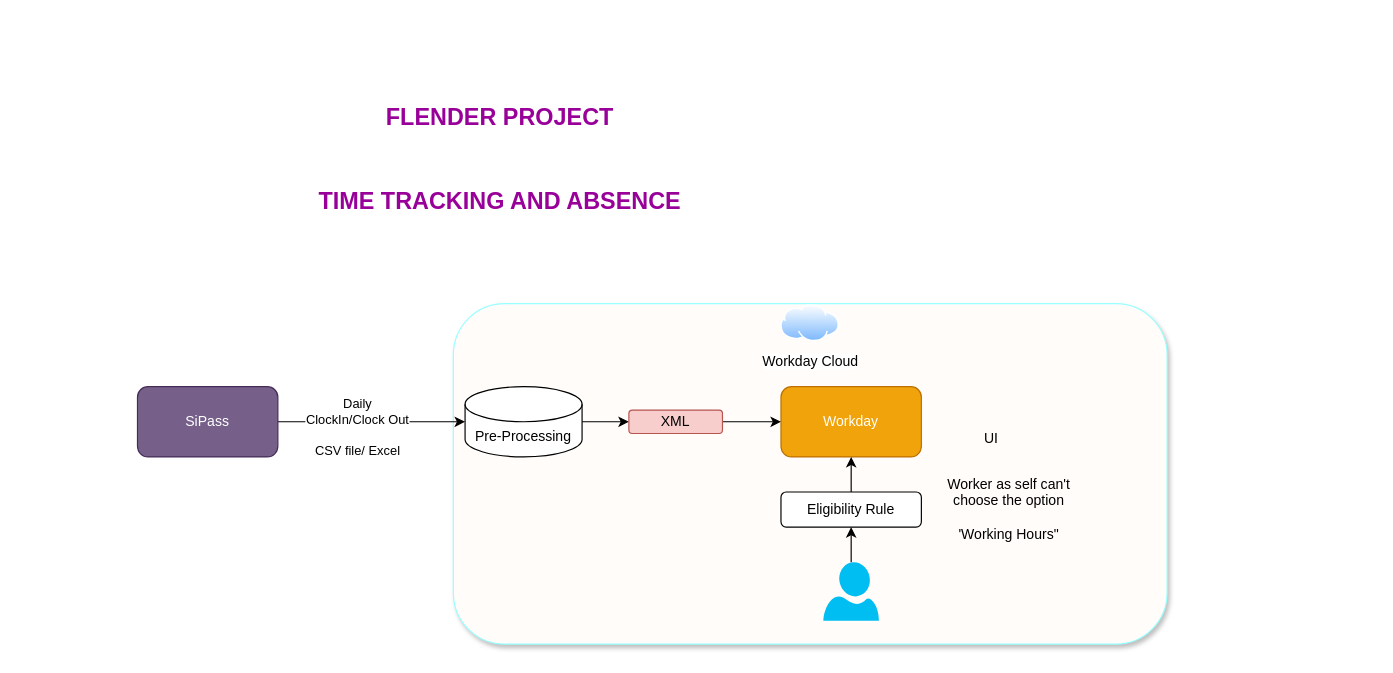
The draw.io diagram FLENDER.drawio in sandyaroma/sandyaroma, before the edit. Source tidied: cells renumbered, new cells numbered last; positions are measured from the earlier drawing's top-left corner, leaving out a move shared by most shapes. Both pictures are drawn from the tidied source at 117%, with x=0, y=0 at pixel (137, 140).
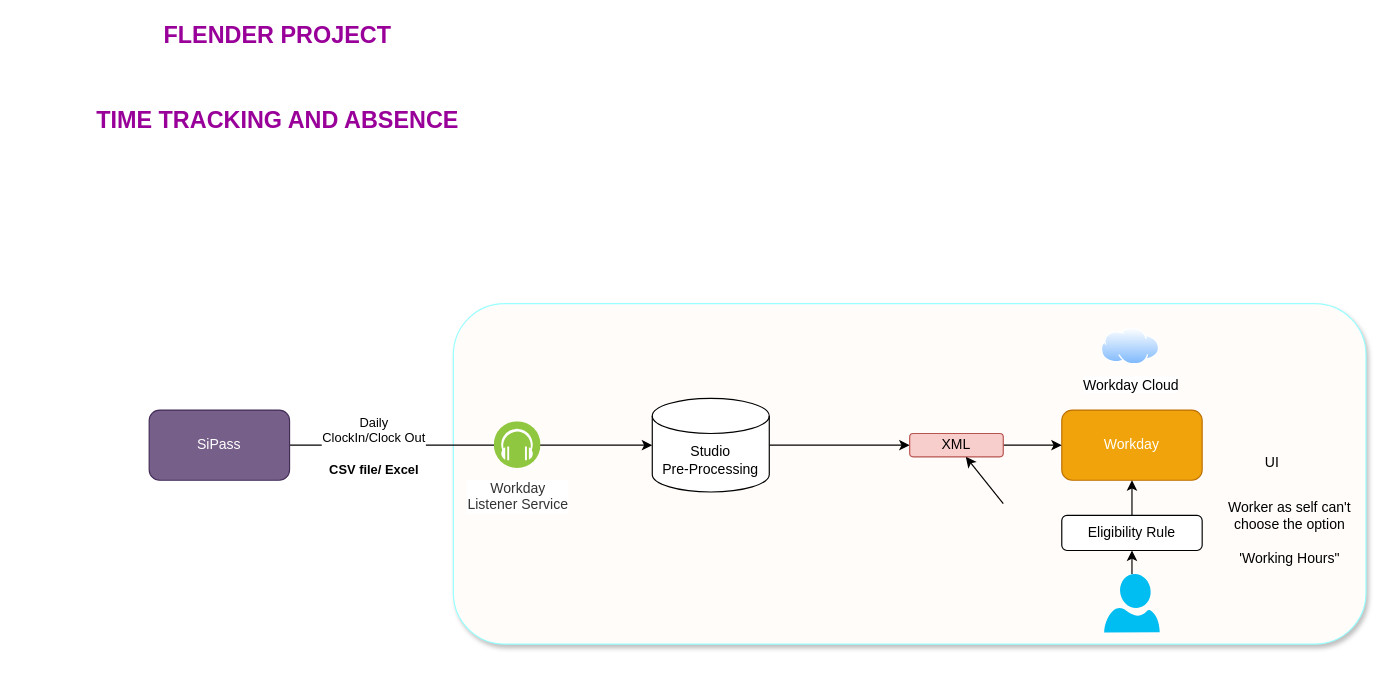
Above is the later version.

Unchanged cells that the change refers to:
```xml
<mxCell id="3" style="edgeStyle=orthogonalEdgeStyle;rounded=0;jettySize=auto;html=1;" parent="1" edge="1" source="5" target="8">
  <mxGeometry relative="1" as="geometry" />
</mxCell>
```

Diff of the diagram source:
```diff
@@
     <mxCell id="2" style="rounded=1;whiteSpace=wrap;html=1;strokeColor=#99FFFF;shadow=1;fillColor=#FFFCFA;" parent="1" vertex="1">
-      <mxGeometry x="270" y="139" width="610" height="291" as="geometry" />
+      <mxGeometry x="270" y="139" width="780" height="291" as="geometry" />
     </mxCell>
@@
-    <mxCell id="4" value="Daily&lt;div&gt;ClockIn/Clock Out&lt;/div&gt;&lt;div&gt;&lt;br&gt;&lt;/div&gt;&lt;div&gt;CSV file/ Excel&lt;/div&gt;" style="edgeLabel;html=1;align=center;verticalAlign=middle;" parent="3" vertex="1">
-      <mxGeometry x="-0.16" y="-4" relative="1" as="geometry" />
+    <mxCell id="4" value="Daily&lt;div&gt;ClockIn/Clock Out&lt;/div&gt;&lt;div&gt;&lt;br&gt;&lt;/div&gt;&lt;div&gt;&lt;b&gt;CSV file/ Excel&lt;/b&gt;&lt;/div&gt;" style="edgeLabel;html=1;align=center;verticalAlign=middle;" parent="3" vertex="1">
+      <mxGeometry x="-0.16" y="-4" relative="1" as="geometry">
+        <mxPoint x="-59" y="-4" as="offset" />
+      </mxGeometry>
     </mxCell>
     <mxCell id="5" value="SiPass" style="rounded=1;whiteSpace=wrap;html=1;fillColor=#76608a;fontColor=#ffffff;strokeColor=#432D57;" parent="1" vertex="1">
-      <mxGeometry y="210" width="120" height="60" as="geometry" />
+      <mxGeometry x="10" y="230" width="120" height="60" as="geometry" />
     </mxCell>
     <mxCell id="6" value="&lt;font color=&quot;#ffffff&quot;&gt;Workday&lt;/font&gt;" style="rounded=1;whiteSpace=wrap;html=1;fillColor=#f0a30a;strokeColor=#BD7000;fontColor=#000000;" parent="1" vertex="1">
-      <mxGeometry x="550" y="210" width="120" height="60" as="geometry" />
+      <mxGeometry x="790" y="230" width="120" height="60" as="geometry" />
     </mxCell>
     <mxCell id="7" style="edgeStyle=orthogonalEdgeStyle;rounded=0;jettySize=auto;html=1;" parent="1" edge="1" source="8" target="10">
-      <mxGeometry relative="1" as="geometry" />
+      <mxGeometry relative="1" as="geometry">
+        <Array as="points">
+          <mxPoint x="540" y="250" />
+          <mxPoint x="540" y="250" />
+        </Array>
+      </mxGeometry>
     </mxCell>
-    <mxCell id="8" value="Pre-Processing" style="shape=cylinder3;whiteSpace=wrap;html=1;boundedLbl=1;backgroundOutline=1;size=15;" parent="1" vertex="1">
-      <mxGeometry x="280" y="210" width="100" height="60" as="geometry" />
+    <mxCell id="8" value="&lt;div&gt;Studio&lt;/div&gt;Pre-Processing" style="shape=cylinder3;whiteSpace=wrap;html=1;boundedLbl=1;backgroundOutline=1;size=15;" parent="1" vertex="1">
+      <mxGeometry x="440" y="220" width="100" height="80" as="geometry" />
     </mxCell>
@@
     <mxCell id="10" value="XML" style="rounded=1;whiteSpace=wrap;html=1;fillColor=#f8cecc;strokeColor=#b85450;" parent="1" vertex="1">
-      <mxGeometry x="420" y="230" width="80" height="20" as="geometry" />
+      <mxGeometry x="660" y="250" width="80" height="20" as="geometry" />
     </mxCell>
@@
     <mxCell id="12" value="Eligibility Rule" style="rounded=1;whiteSpace=wrap;html=1;" parent="1" vertex="1">
-      <mxGeometry x="550" y="300" width="120" height="30" as="geometry" />
+      <mxGeometry x="790" y="320" width="120" height="30" as="geometry" />
     </mxCell>
@@
     <mxCell id="14" style="verticalLabelPosition=bottom;html=1;verticalAlign=top;align=center;strokeColor=none;fillColor=#00BEF2;shape=mxgraph.azure.user;" parent="1" vertex="1">
-      <mxGeometry x="586.2" y="360" width="47.5" height="50" as="geometry" />
+      <mxGeometry x="826.2" y="370" width="47.5" height="50" as="geometry" />
     </mxCell>
     <mxCell id="15" value="Worker as self can't choose the option&lt;div&gt;&lt;br&gt;&lt;/div&gt;&lt;div&gt;'Working Hours&quot;&lt;/div&gt;" style="text;html=1;align=center;verticalAlign=middle;whiteSpace=wrap;rounded=0;" parent="1" vertex="1">
-      <mxGeometry x="680" y="300" width="130" height="30" as="geometry" />
+      <mxGeometry x="920" y="320" width="130" height="30" as="geometry" />
     </mxCell>
     <mxCell id="16" value="UI" style="text;html=1;align=center;verticalAlign=middle;whiteSpace=wrap;rounded=0;" parent="1" vertex="1">
-      <mxGeometry x="700" y="240" width="60" height="30" as="geometry" />
+      <mxGeometry x="940" y="260" width="60" height="30" as="geometry" />
     </mxCell>
     <mxCell id="17" value="Workday Cloud" style="image;perimeter=ellipsePerimeter;html=1;align=center;shadow=0;dashed=0;spacingTop=3;image=img/lib/active_directory/internet_cloud.svg;" parent="1" vertex="1">
-      <mxGeometry x="550" y="140" width="50" height="31.5" as="geometry" />
+      <mxGeometry x="823.8" y="160" width="50" height="31.5" as="geometry" />
     </mxCell>
     <mxCell id="18" value="&lt;b&gt;&lt;font color=&quot;#990099&quot; style=&quot;font-size: 20px;&quot;&gt;FLENDER PROJECT&lt;/font&gt;&lt;/b&gt;&lt;div&gt;&lt;b&gt;&lt;font color=&quot;#990099&quot; style=&quot;font-size: 20px;&quot;&gt;&lt;br&gt;&lt;/font&gt;&lt;/b&gt;&lt;/div&gt;&lt;div&gt;&lt;b&gt;&lt;font color=&quot;#990099&quot; style=&quot;font-size: 20px;&quot;&gt;&lt;br&gt;&lt;/font&gt;&lt;/b&gt;&lt;/div&gt;&lt;div&gt;&lt;b&gt;&lt;font color=&quot;#990099&quot; style=&quot;font-size: 20px;&quot;&gt;TIME TRACKING AND ABSENCE&lt;/font&gt;&lt;/b&gt;&lt;/div&gt;" style="text;html=1;align=center;verticalAlign=middle;whiteSpace=wrap;rounded=0;" parent="1" vertex="1">
-      <mxGeometry x="90" width="440" height="30" as="geometry" />
+      <mxGeometry x="-100" y="-70" width="440" height="30" as="geometry" />
     </mxCell>
+    <mxCell id="19" style="endArrow=classic;html=1;rounded=0;" parent="1" edge="1" target="10">
+      <mxGeometry relative="1" as="geometry">
+        <mxPoint x="740" y="310" as="sourcePoint" />
+      </mxGeometry>
+    </mxCell>
+    <mxCell id="20" value="&lt;font color=&quot;#333333&quot;&gt;Workday&lt;/font&gt;&lt;div&gt;&lt;font color=&quot;#333333&quot;&gt;Listener Service&lt;/font&gt;&lt;/div&gt;" style="image;perimeter=ellipsePerimeter;html=1;align=center;shadow=0;dashed=0;fontColor=#4277BB;labelBackgroundColor=default;fontSize=12;spacingTop=3;image=img/lib/ibm/blockchain/event_listener.svg;" parent="1" vertex="1">
+      <mxGeometry x="305" y="240" width="40" height="40" as="geometry" />
+    </mxCell>
```
